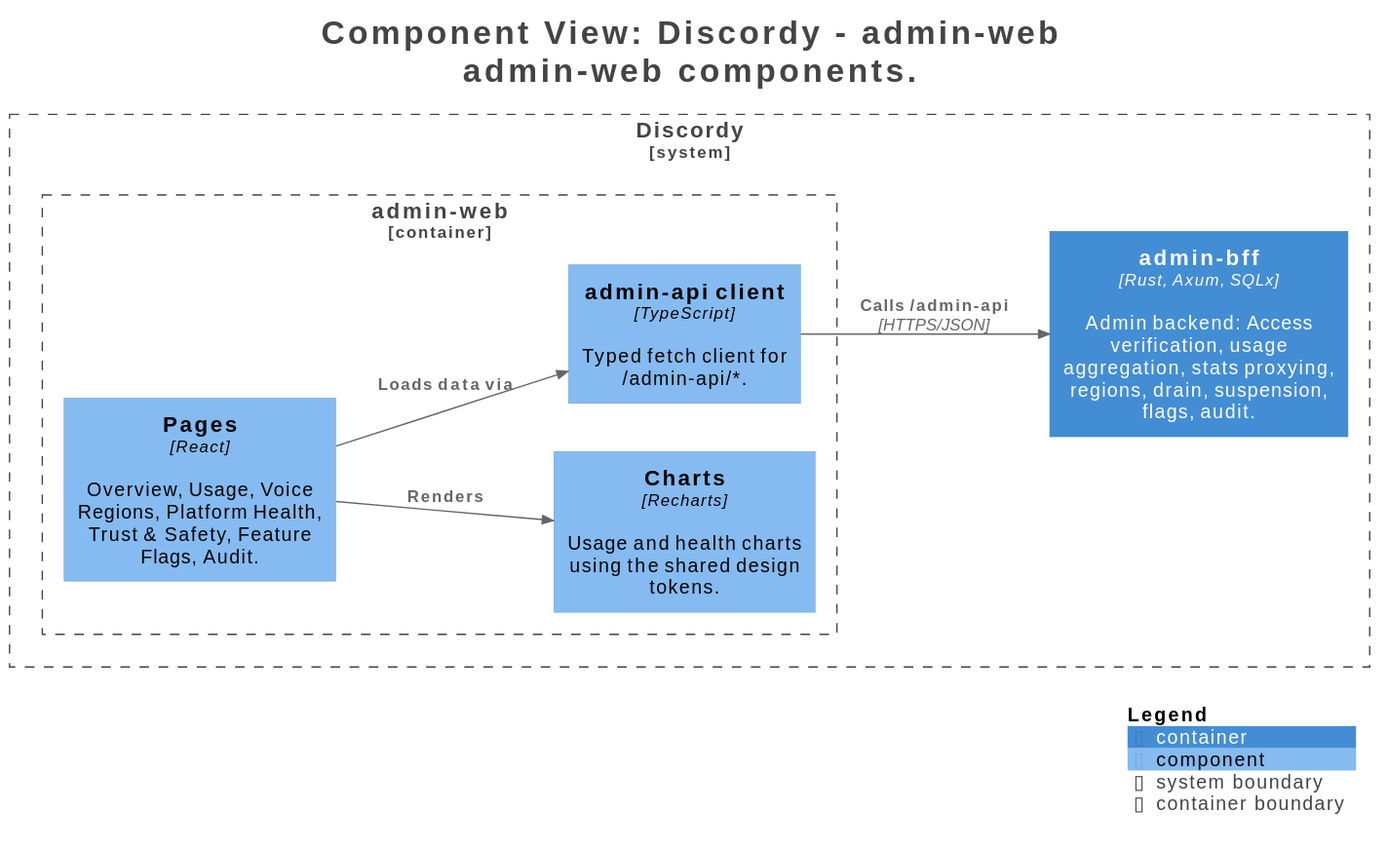
voics-app/docs keeps this PlantUML diagram as c4/rendered/structurizr-C3-admin-web.svg. Above is the earlier version. Its diagram source:
```plantuml
@startuml
title <size:24>Component View: Discordy - admin-web</size>\n<size:24>admin-web components.</size>

set separator none
left to right direction

<style>
  root {
    BackgroundColor: #ffffff
    FontColor: #444444
  }
</style>

!include <C4/C4>
!include <C4/C4_Context>
!include <C4/C4_Container>
!include <C4/C4_Component>

System_Boundary("Discordy_boundary", "Discordy", $tags="") {
  Container_Boundary("Discordy.adminweb_boundary", "admin-web", $tags="") {
    Component(Discordy.adminweb.Pages, "Pages", $techn="React", $descr="Overview, Usage, Voice Regions, Platform Health, Trust & Safety, Feature Flags, Audit.", $tags="", $link="")
    Component(Discordy.adminweb.Charts, "Charts", $techn="Recharts", $descr="Usage and health charts using the shared design tokens.", $tags="", $link="")
    Component(Discordy.adminweb.adminapiclient, "admin-api client", $techn="TypeScript", $descr="Typed fetch client for /admin-api/*.", $tags="", $link="")
  }

  Container(Discordy.adminbff, "admin-bff", $techn="Rust, Axum, SQLx", $descr="Admin backend: Access verification, usage aggregation, stats proxying, regions, drain, suspension, flags, audit.", $tags="", $link="")
}

Rel(Discordy.adminweb.Pages, Discordy.adminweb.Charts, "Renders", $techn="", $tags="", $link="")
Rel(Discordy.adminweb.Pages, Discordy.adminweb.adminapiclient, "Loads data via", $techn="", $tags="", $link="")
Rel(Discordy.adminweb.adminapiclient, Discordy.adminbff, "Calls /admin-api", $techn="HTTPS/JSON", $tags="", $link="")

SHOW_LEGEND(true)
hide stereotypes
@enduml
```
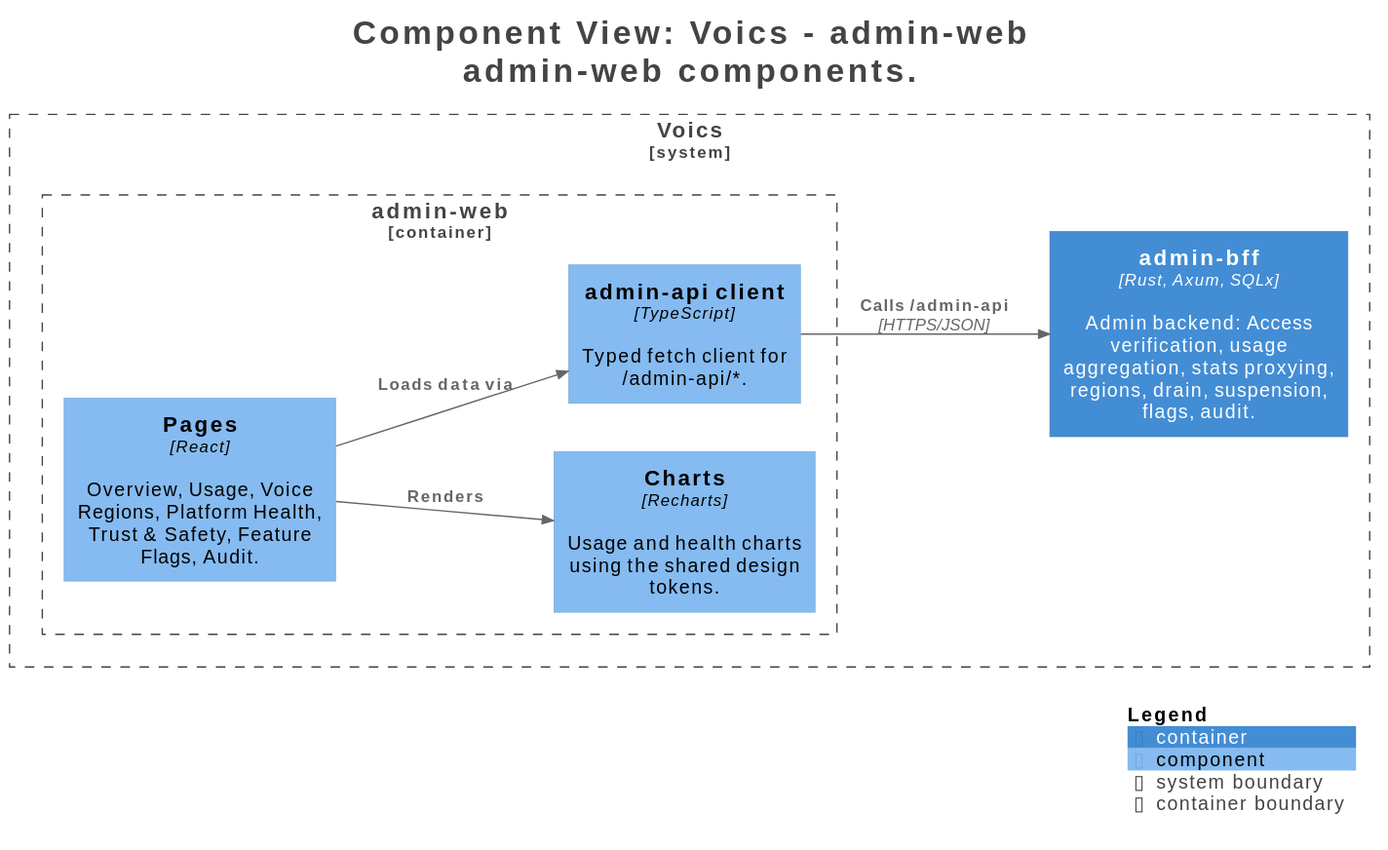
Later version of the same file.

The edit, as a diff of the source:
```diff
@@ -1,5 +1,5 @@
 @startuml
-title <size:24>Component View: Discordy - admin-web</size>\n<size:24>admin-web components.</size>
+title <size:24>Component View: Voics - admin-web</size>\n<size:24>admin-web components.</size>
 
 set separator none
 left to right direction
@@ -16,19 +16,19 @@
 !include <C4/C4_Container>
 !include <C4/C4_Component>
 
-System_Boundary("Discordy_boundary", "Discordy", $tags="") {
-  Container_Boundary("Discordy.adminweb_boundary", "admin-web", $tags="") {
-    Component(Discordy.adminweb.Pages, "Pages", $techn="React", $descr="Overview, Usage, Voice Regions, Platform Health, Trust & Safety, Feature Flags, Audit.", $tags="", $link="")
-    Component(Discordy.adminweb.Charts, "Charts", $techn="Recharts", $descr="Usage and health charts using the shared design tokens.", $tags="", $link="")
-    Component(Discordy.adminweb.adminapiclient, "admin-api client", $techn="TypeScript", $descr="Typed fetch client for /admin-api/*.", $tags="", $link="")
+System_Boundary("Voics_boundary", "Voics", $tags="") {
+  Container_Boundary("Voics.adminweb_boundary", "admin-web", $tags="") {
+    Component(Voics.adminweb.Pages, "Pages", $techn="React", $descr="Overview, Usage, Voice Regions, Platform Health, Trust & Safety, Feature Flags, Audit.", $tags="", $link="")
+    Component(Voics.adminweb.Charts, "Charts", $techn="Recharts", $descr="Usage and health charts using the shared design tokens.", $tags="", $link="")
+    Component(Voics.adminweb.adminapiclient, "admin-api client", $techn="TypeScript", $descr="Typed fetch client for /admin-api/*.", $tags="", $link="")
   }
 
-  Container(Discordy.adminbff, "admin-bff", $techn="Rust, Axum, SQLx", $descr="Admin backend: Access verification, usage aggregation, stats proxying, regions, drain, suspension, flags, audit.", $tags="", $link="")
+  Container(Voics.adminbff, "admin-bff", $techn="Rust, Axum, SQLx", $descr="Admin backend: Access verification, usage aggregation, stats proxying, regions, drain, suspension, flags, audit.", $tags="", $link="")
 }
 
-Rel(Discordy.adminweb.Pages, Discordy.adminweb.Charts, "Renders", $techn="", $tags="", $link="")
-Rel(Discordy.adminweb.Pages, Discordy.adminweb.adminapiclient, "Loads data via", $techn="", $tags="", $link="")
-Rel(Discordy.adminweb.adminapiclient, Discordy.adminbff, "Calls /admin-api", $techn="HTTPS/JSON", $tags="", $link="")
+Rel(Voics.adminweb.Pages, Voics.adminweb.Charts, "Renders", $techn="", $tags="", $link="")
+Rel(Voics.adminweb.Pages, Voics.adminweb.adminapiclient, "Loads data via", $techn="", $tags="", $link="")
+Rel(Voics.adminweb.adminapiclient, Voics.adminbff, "Calls /admin-api", $techn="HTTPS/JSON", $tags="", $link="")
 
 SHOW_LEGEND(true)
 hide stereotypes
```
